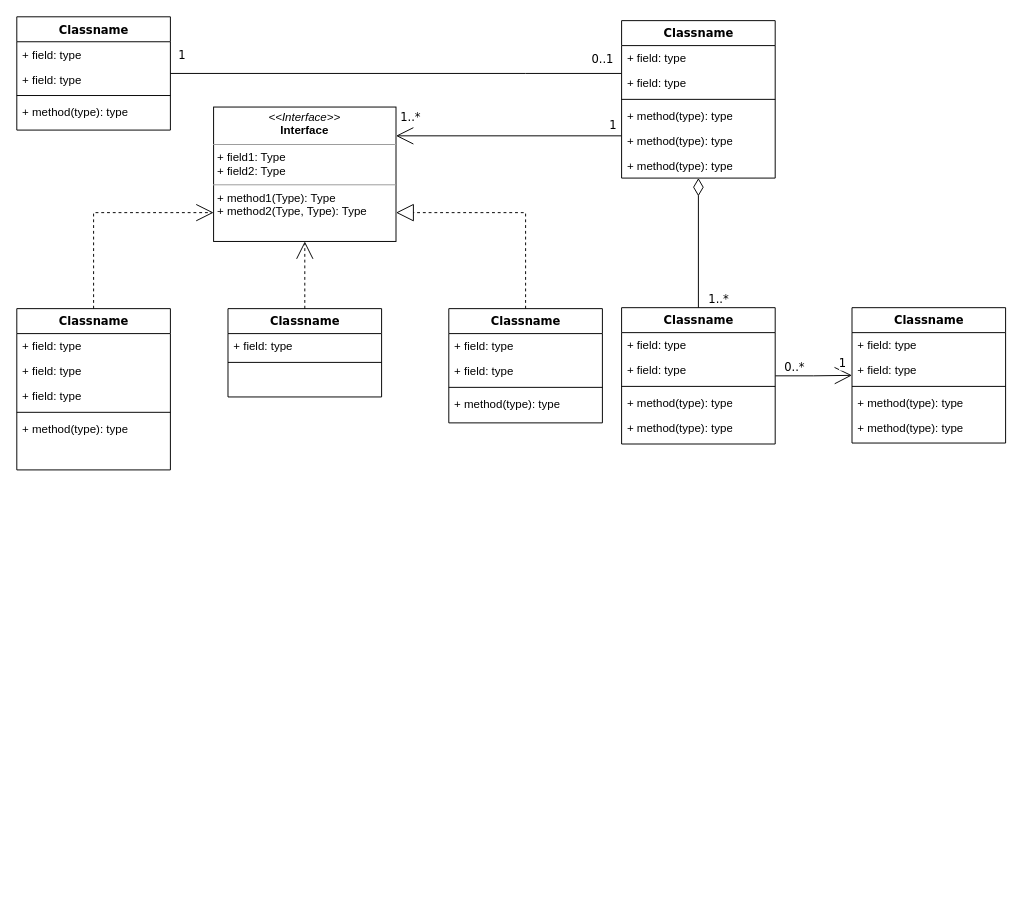
Above: Untitled Diagram.drawio in EvgenTalitskiy/hello-world (draw.io), before the change. Source tidied: cells renumbered, new cells numbered last; positions are measured from the earlier drawing's top-left corner, leaving out a move shared by most shapes. Both pictures are drawn from the tidied source at 96%, with x=0, y=0 at pixel (16, 16).
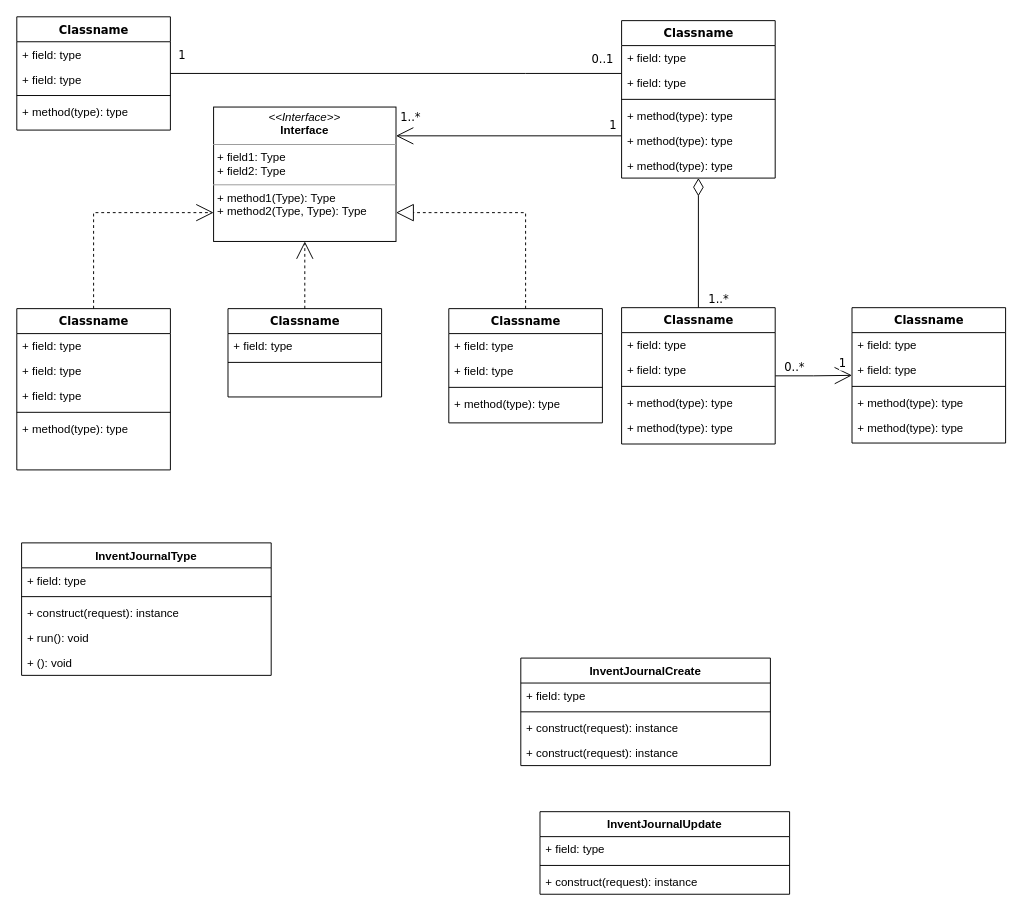
After the change.

Diff of the diagram source:
```diff
@@
+    <mxCell id="55" value="InventJournalType" style="swimlane;fontStyle=1;align=center;verticalAlign=top;horizontal=1;startSize=26;whiteSpace=wrap;html=1;" parent="1" vertex="1">
+      <mxGeometry x="5" y="548" width="260" height="138" as="geometry" />
+    </mxCell>
+    <mxCell id="56" value="+ field: type" style="text;strokeColor=none;fillColor=none;align=left;verticalAlign=top;spacingLeft=4;spacingRight=4;overflow=hidden;whiteSpace=wrap;html=1;" parent="55" vertex="1">
+      <mxGeometry y="26" width="260" height="26" as="geometry" />
+    </mxCell>
+    <mxCell id="57" style="line;strokeWidth=1;fillColor=none;align=left;verticalAlign=middle;spacingTop=-1;spacingLeft=3;spacingRight=3;labelPosition=right;strokeColor=inherit;" parent="55" vertex="1">
+      <mxGeometry y="52" width="260" height="8" as="geometry" />
+    </mxCell>
+    <mxCell id="58" value="+ construct(request): instance" style="text;strokeColor=none;fillColor=none;align=left;verticalAlign=top;spacingLeft=4;spacingRight=4;overflow=hidden;whiteSpace=wrap;html=1;" parent="55" vertex="1">
+      <mxGeometry y="60" width="260" height="26" as="geometry" />
+    </mxCell>
+    <mxCell id="59" value="+ run(): void" style="text;strokeColor=none;fillColor=none;align=left;verticalAlign=top;spacingLeft=4;spacingRight=4;overflow=hidden;whiteSpace=wrap;html=1;" parent="55" vertex="1">
+      <mxGeometry y="86" width="260" height="26" as="geometry" />
+    </mxCell>
+    <mxCell id="60" value="+ (): void" style="text;strokeColor=none;fillColor=none;align=left;verticalAlign=top;spacingLeft=4;spacingRight=4;overflow=hidden;whiteSpace=wrap;html=1;" parent="55" vertex="1">
+      <mxGeometry y="112" width="260" height="26" as="geometry" />
+    </mxCell>
+    <mxCell id="61" value="InventJournalCreate" style="swimlane;fontStyle=1;align=center;verticalAlign=top;horizontal=1;startSize=26;whiteSpace=wrap;html=1;" parent="1" vertex="1">
+      <mxGeometry x="525" y="668" width="260" height="112" as="geometry" />
+    </mxCell>
+    <mxCell id="62" value="+ field: type" style="text;strokeColor=none;fillColor=none;align=left;verticalAlign=top;spacingLeft=4;spacingRight=4;overflow=hidden;whiteSpace=wrap;html=1;" parent="61" vertex="1">
+      <mxGeometry y="26" width="260" height="26" as="geometry" />
+    </mxCell>
+    <mxCell id="63" style="line;strokeWidth=1;fillColor=none;align=left;verticalAlign=middle;spacingTop=-1;spacingLeft=3;spacingRight=3;labelPosition=right;strokeColor=inherit;" parent="61" vertex="1">
+      <mxGeometry y="52" width="260" height="8" as="geometry" />
+    </mxCell>
+    <mxCell id="64" value="+ construct(request): instance" style="text;strokeColor=none;fillColor=none;align=left;verticalAlign=top;spacingLeft=4;spacingRight=4;overflow=hidden;whiteSpace=wrap;html=1;" parent="61" vertex="1">
+      <mxGeometry y="60" width="260" height="26" as="geometry" />
+    </mxCell>
+    <mxCell id="65" value="+ construct(request): instance" style="text;strokeColor=none;fillColor=none;align=left;verticalAlign=top;spacingLeft=4;spacingRight=4;overflow=hidden;whiteSpace=wrap;html=1;" parent="61" vertex="1">
+      <mxGeometry y="86" width="260" height="26" as="geometry" />
+    </mxCell>
+    <mxCell id="66" value="InventJournalUpdate" style="swimlane;fontStyle=1;align=center;verticalAlign=top;horizontal=1;startSize=26;whiteSpace=wrap;html=1;" parent="1" vertex="1">
+      <mxGeometry x="545" y="828" width="260" height="86" as="geometry" />
+    </mxCell>
+    <mxCell id="67" value="+ field: type" style="text;strokeColor=none;fillColor=none;align=left;verticalAlign=top;spacingLeft=4;spacingRight=4;overflow=hidden;whiteSpace=wrap;html=1;" parent="66" vertex="1">
+      <mxGeometry y="26" width="260" height="26" as="geometry" />
+    </mxCell>
+    <mxCell id="68" style="line;strokeWidth=1;fillColor=none;align=left;verticalAlign=middle;spacingTop=-1;spacingLeft=3;spacingRight=3;labelPosition=right;strokeColor=inherit;" parent="66" vertex="1">
+      <mxGeometry y="52" width="260" height="8" as="geometry" />
+    </mxCell>
+    <mxCell id="69" value="+ construct(request): instance" style="text;strokeColor=none;fillColor=none;align=left;verticalAlign=top;spacingLeft=4;spacingRight=4;overflow=hidden;whiteSpace=wrap;html=1;" parent="66" vertex="1">
+      <mxGeometry y="60" width="260" height="26" as="geometry" />
+    </mxCell>
```
